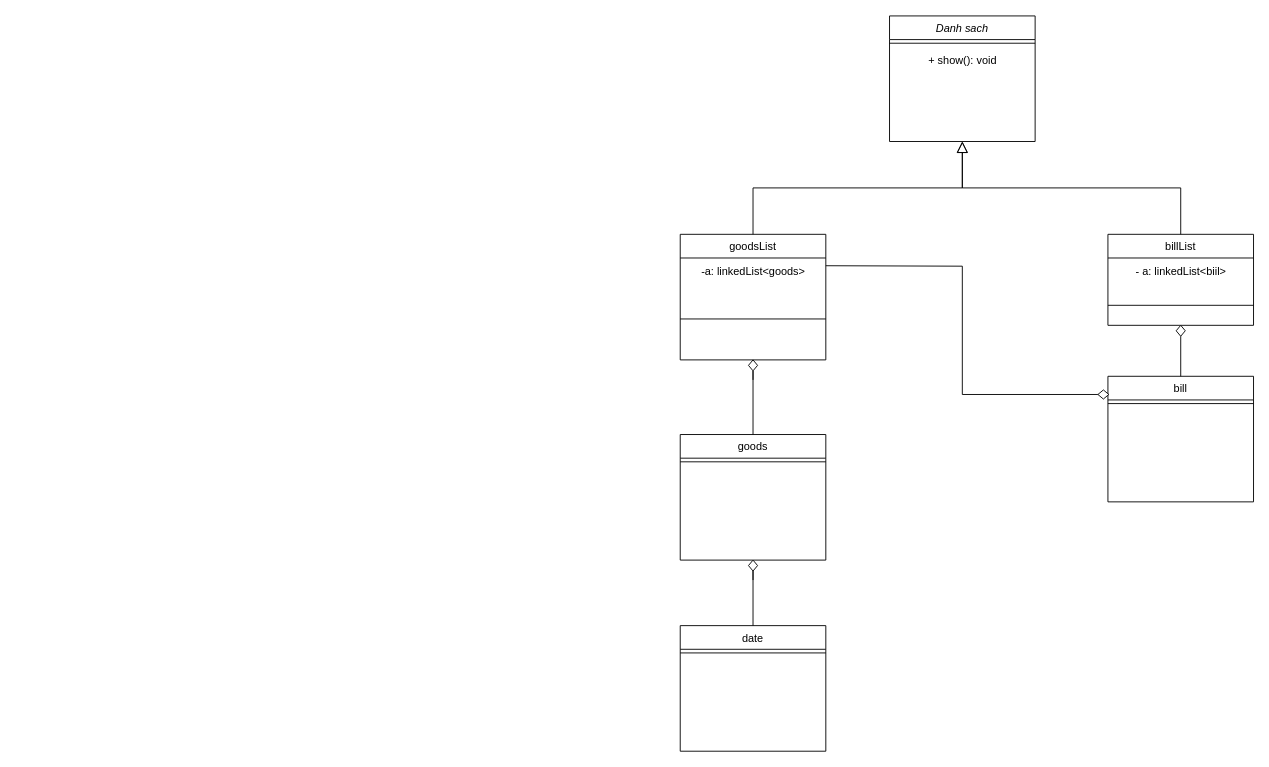
This is Untitled Diagram.drawio from wai157/pbl2, a draw.io file, before an edit. Source tidied: cells renumbered, new cells numbered last; positions are measured from the earlier drawing's top-left corner, leaving out a move shared by most shapes. Both pictures are drawn from the tidied source at 91%, with x=0, y=0 at pixel (680, 15).
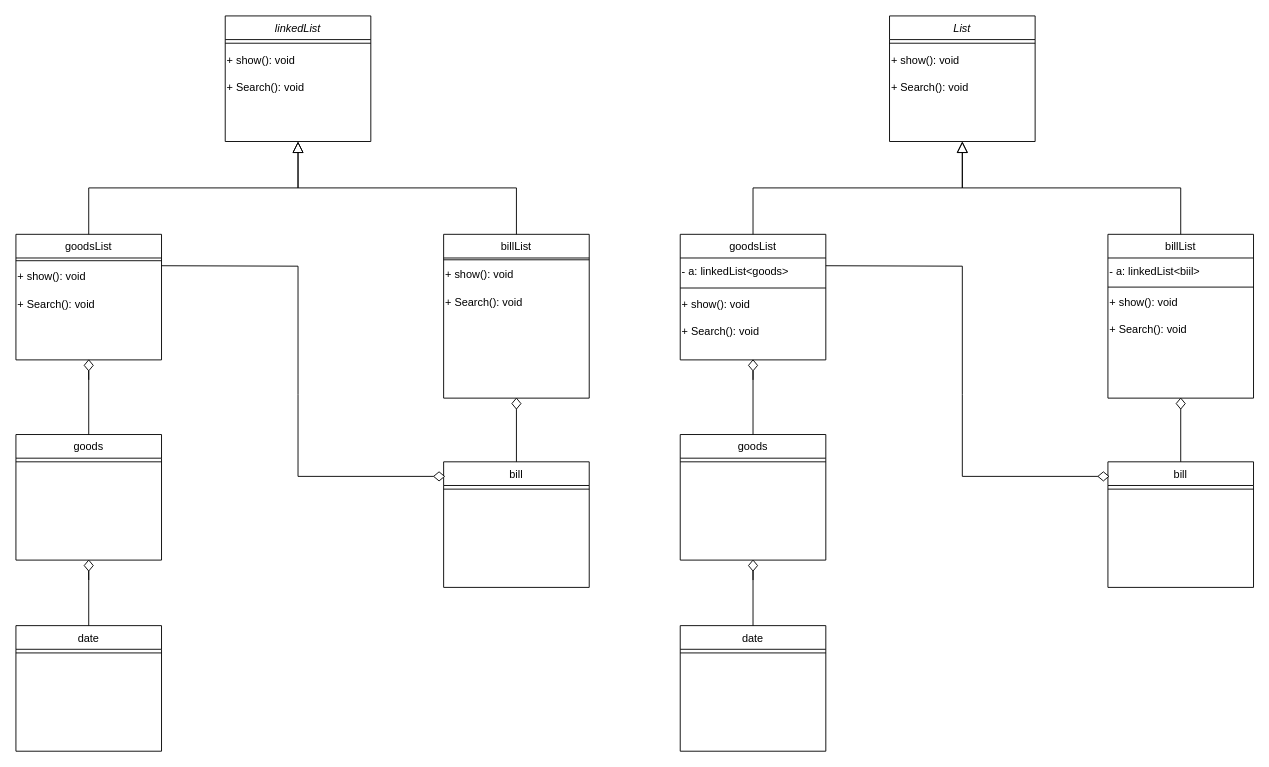
The same diagram, later.

The change refers to these unchanged cells:
```xml
<mxCell id="5" value="goodsList" style="swimlane;fontStyle=0;align=center;verticalAlign=top;horizontal=1;startSize=26;rounded=0;shadow=0;strokeWidth=1;" parent="1" vertex="1">
  <mxGeometry y="240" width="160" height="138" as="geometry" />
</mxCell>
```

The edit, as a diff of the source:
```diff
@@
-    <mxCell id="2" value="Danh sach" style="swimlane;fontStyle=2;align=center;verticalAlign=top;horizontal=1;startSize=26;rounded=0;shadow=0;strokeWidth=1;" parent="1" vertex="1">
+    <mxCell id="2" value="List" style="swimlane;fontStyle=2;align=center;verticalAlign=top;horizontal=1;startSize=26;rounded=0;shadow=0;strokeWidth=1;" parent="1" vertex="1">
       <mxGeometry x="230" width="160" height="138" as="geometry" />
     </mxCell>
@@
-    <mxCell id="4" value="+ show(): void" style="text;html=1;align=center;verticalAlign=middle;strokeColor=none;fillColor=none;" parent="2" vertex="1">
+    <mxCell id="4" value="+ show(): void" style="text;html=1;align=left;verticalAlign=middle;strokeColor=none;fillColor=none;" parent="2" vertex="1">
       <mxGeometry y="34" width="160" height="30" as="geometry" />
     </mxCell>
+    <mxCell id="27" value="+ Search(): void" style="text;html=1;align=left;verticalAlign=middle;strokeColor=none;fillColor=none;" parent="2" vertex="1">
+      <mxGeometry y="64" width="160" height="30" as="geometry" />
+    </mxCell>
@@
-    <mxCell id="6" value="-a: linkedList&amp;lt;goods&amp;gt;" style="text;html=1;align=center;verticalAlign=middle;strokeColor=none;fillColor=none;" parent="5" vertex="1">
+    <mxCell id="6" value="- a: linkedList&amp;lt;goods&amp;gt;" style="text;html=1;align=left;verticalAlign=middle;strokeColor=none;fillColor=none;" parent="5" vertex="1">
       <mxGeometry y="26" width="160" height="30" as="geometry" />
     </mxCell>
     <mxCell id="7" style="line;html=1;strokeWidth=1;align=left;verticalAlign=middle;spacingTop=-1;spacingLeft=3;spacingRight=3;labelPosition=right;" parent="5" vertex="1">
-      <mxGeometry y="56" width="160" height="74" as="geometry" />
+      <mxGeometry y="56" width="160" height="6" as="geometry" />
     </mxCell>
+    <mxCell id="28" value="+ show(): void" style="text;html=1;align=left;verticalAlign=middle;strokeColor=none;fillColor=none;" parent="5" vertex="1">
+      <mxGeometry y="62" width="160" height="30" as="geometry" />
+    </mxCell>
+    <mxCell id="29" value="+ Search(): void" style="text;html=1;align=left;verticalAlign=middle;strokeColor=none;fillColor=none;" parent="5" vertex="1">
+      <mxGeometry y="92" width="160" height="30" as="geometry" />
+    </mxCell>
@@
     <mxCell id="9" value="billList" style="swimlane;fontStyle=0;align=center;verticalAlign=top;horizontal=1;startSize=26;rounded=0;shadow=0;strokeWidth=1;" parent="1" vertex="1">
-      <mxGeometry x="470" y="240" width="160" height="100" as="geometry" />
+      <mxGeometry x="470" y="240" width="160" height="180" as="geometry" />
     </mxCell>
-    <mxCell id="10" value="- a: linkedList&amp;lt;biil&amp;gt;" style="text;html=1;align=center;verticalAlign=middle;strokeColor=none;fillColor=none;" parent="9" vertex="1">
+    <mxCell id="10" value="- a: linkedList&amp;lt;biil&amp;gt;" style="text;html=1;align=left;verticalAlign=middle;strokeColor=none;fillColor=none;" parent="9" vertex="1">
       <mxGeometry y="26" width="160" height="30" as="geometry" />
     </mxCell>
     <mxCell id="11" style="line;html=1;strokeWidth=1;align=left;verticalAlign=middle;spacingTop=-1;spacingLeft=3;spacingRight=3;labelPosition=right;" parent="9" vertex="1">
-      <mxGeometry y="56" width="160" height="44" as="geometry" />
+      <mxGeometry y="56" width="160" height="4" as="geometry" />
     </mxCell>
+    <mxCell id="30" value="+ show(): void" style="text;html=1;align=left;verticalAlign=middle;strokeColor=none;fillColor=none;" parent="9" vertex="1">
+      <mxGeometry y="60" width="160" height="30" as="geometry" />
+    </mxCell>
+    <mxCell id="31" value="+ Search(): void" style="text;html=1;align=left;verticalAlign=middle;strokeColor=none;fillColor=none;" parent="9" vertex="1">
+      <mxGeometry y="90" width="160" height="30" as="geometry" />
+    </mxCell>
@@
     <mxCell id="15" value="bill" style="swimlane;fontStyle=0;align=center;verticalAlign=top;horizontal=1;startSize=26;rounded=0;shadow=0;strokeWidth=1;" parent="1" vertex="1">
-      <mxGeometry x="470" y="396" width="160" height="138" as="geometry" />
+      <mxGeometry x="470" y="490" width="160" height="138" as="geometry" />
     </mxCell>
@@
     <mxCell id="19" style="rhombus;whiteSpace=wrap;html=1;" parent="1" vertex="1">
-      <mxGeometry x="545" y="340" width="10" height="12" as="geometry" />
+      <mxGeometry x="545" y="420" width="10" height="12" as="geometry" />
     </mxCell>
@@
     <mxCell id="21" style="rhombus;whiteSpace=wrap;html=1;rotation=-90;" parent="1" vertex="1">
-      <mxGeometry x="460" y="410" width="10" height="12" as="geometry" />
+      <mxGeometry x="460" y="500" width="10" height="12" as="geometry" />
     </mxCell>
     <mxCell id="22" style="endArrow=none;html=1;rounded=0;entryX=0.5;entryY=0;entryDx=0;entryDy=0;exitX=1;exitY=0.25;exitDx=0;exitDy=0;" parent="1" edge="1" source="5" target="21">
       <mxGeometry relative="1" as="geometry">
         <Array as="points">
           <mxPoint x="310" y="275" />
           <mxPoint x="310" y="416" />
+          <mxPoint x="310" y="506" />
         </Array>
       </mxGeometry>
     </mxCell>
@@
+    <mxCell id="32" value="linkedList" style="swimlane;fontStyle=2;align=center;verticalAlign=top;horizontal=1;startSize=26;rounded=0;shadow=0;strokeWidth=1;" parent="1" vertex="1">
+      <mxGeometry x="-500" width="160" height="138" as="geometry" />
+    </mxCell>
+    <mxCell id="33" style="line;html=1;strokeWidth=1;align=left;verticalAlign=middle;spacingTop=-1;spacingLeft=3;spacingRight=3;labelPosition=right;" parent="32" vertex="1">
+      <mxGeometry y="26" width="160" height="8" as="geometry" />
+    </mxCell>
+    <mxCell id="34" value="+ show(): void" style="text;html=1;align=left;verticalAlign=middle;strokeColor=none;fillColor=none;" parent="32" vertex="1">
+      <mxGeometry y="34" width="160" height="30" as="geometry" />
+    </mxCell>
+    <mxCell id="35" value="+ Search(): void" style="text;html=1;align=left;verticalAlign=middle;strokeColor=none;fillColor=none;" parent="32" vertex="1">
+      <mxGeometry y="64" width="160" height="30" as="geometry" />
+    </mxCell>
+    <mxCell id="36" value="goodsList" style="swimlane;fontStyle=0;align=center;verticalAlign=top;horizontal=1;startSize=26;rounded=0;shadow=0;strokeWidth=1;" parent="1" vertex="1">
+      <mxGeometry x="-730" y="240" width="160" height="138" as="geometry" />
+    </mxCell>
+    <mxCell id="37" style="line;html=1;strokeWidth=1;align=left;verticalAlign=middle;spacingTop=-1;spacingLeft=3;spacingRight=3;labelPosition=right;" parent="36" vertex="1">
+      <mxGeometry y="26" width="160" height="6" as="geometry" />
+    </mxCell>
+    <mxCell id="38" value="+ show(): void" style="text;html=1;align=left;verticalAlign=middle;strokeColor=none;fillColor=none;" parent="36" vertex="1">
+      <mxGeometry y="32" width="160" height="30" as="geometry" />
+    </mxCell>
+    <mxCell id="39" value="+ Search(): void" style="text;html=1;align=left;verticalAlign=middle;strokeColor=none;fillColor=none;" parent="36" vertex="1">
+      <mxGeometry y="62" width="160" height="30" as="geometry" />
+    </mxCell>
+    <mxCell id="40" style="endArrow=block;endSize=10;endFill=0;shadow=0;strokeWidth=1;rounded=0;edgeStyle=elbowEdgeStyle;elbow=vertical;" parent="1" edge="1" source="36" target="32">
+      <mxGeometry relative="1" as="geometry" />
+    </mxCell>
+    <mxCell id="41" value="billList" style="swimlane;fontStyle=0;align=center;verticalAlign=top;horizontal=1;startSize=26;rounded=0;shadow=0;strokeWidth=1;" parent="1" vertex="1">
+      <mxGeometry x="-260" y="240" width="160" height="180" as="geometry" />
+    </mxCell>
+    <mxCell id="42" style="line;html=1;strokeWidth=1;align=left;verticalAlign=middle;spacingTop=-1;spacingLeft=3;spacingRight=3;labelPosition=right;" parent="41" vertex="1">
+      <mxGeometry y="26" width="160" height="4" as="geometry" />
+    </mxCell>
+    <mxCell id="43" value="+ show(): void" style="text;html=1;align=left;verticalAlign=middle;strokeColor=none;fillColor=none;" parent="41" vertex="1">
+      <mxGeometry y="30" width="160" height="30" as="geometry" />
+    </mxCell>
+    <mxCell id="44" value="+ Search(): void" style="text;html=1;align=left;verticalAlign=middle;strokeColor=none;fillColor=none;" parent="41" vertex="1">
+      <mxGeometry y="60" width="160" height="30" as="geometry" />
+    </mxCell>
+    <mxCell id="45" style="endArrow=block;endSize=10;endFill=0;shadow=0;strokeWidth=1;rounded=0;edgeStyle=elbowEdgeStyle;elbow=vertical;" parent="1" edge="1" source="41" target="32">
+      <mxGeometry relative="1" as="geometry" />
+    </mxCell>
+    <mxCell id="46" value="goods" style="swimlane;fontStyle=0;align=center;verticalAlign=top;horizontal=1;startSize=26;rounded=0;shadow=0;strokeWidth=1;" parent="1" vertex="1">
+      <mxGeometry x="-730" y="460" width="160" height="138" as="geometry" />
+    </mxCell>
+    <mxCell id="47" style="line;html=1;strokeWidth=1;align=left;verticalAlign=middle;spacingTop=-1;spacingLeft=3;spacingRight=3;labelPosition=right;" parent="46" vertex="1">
+      <mxGeometry y="26" width="160" height="8" as="geometry" />
+    </mxCell>
+    <mxCell id="48" value="bill" style="swimlane;fontStyle=0;align=center;verticalAlign=top;horizontal=1;startSize=26;rounded=0;shadow=0;strokeWidth=1;" parent="1" vertex="1">
+      <mxGeometry x="-260" y="490" width="160" height="138" as="geometry" />
+    </mxCell>
+    <mxCell id="49" style="line;html=1;strokeWidth=1;align=left;verticalAlign=middle;spacingTop=-1;spacingLeft=3;spacingRight=3;labelPosition=right;" parent="48" vertex="1">
+      <mxGeometry y="26" width="160" height="8" as="geometry" />
+    </mxCell>
+    <mxCell id="50" style="rhombus;whiteSpace=wrap;html=1;" parent="1" vertex="1">
+      <mxGeometry x="-655" y="378" width="10" height="12" as="geometry" />
+    </mxCell>
+    <mxCell id="51" style="endArrow=none;html=1;rounded=0;exitX=0.5;exitY=0;exitDx=0;exitDy=0;" parent="1" edge="1" source="46">
+      <mxGeometry relative="1" as="geometry">
+        <mxPoint x="-650" y="400" as="targetPoint" />
+        <Array as="points">
+          <mxPoint x="-650" y="400" />
+          <mxPoint x="-650" y="390" />
+        </Array>
+      </mxGeometry>
+    </mxCell>
+    <mxCell id="52" style="rhombus;whiteSpace=wrap;html=1;" parent="1" vertex="1">
+      <mxGeometry x="-185" y="420" width="10" height="12" as="geometry" />
+    </mxCell>
+    <mxCell id="53" style="edgeStyle=orthogonalEdgeStyle;rounded=0;jettySize=auto;html=1;exitX=0.5;exitY=0;exitDx=0;exitDy=0;entryX=0.5;entryY=1;entryDx=0;entryDy=0;endArrow=none;" parent="1" edge="1" source="48" target="52">
+      <mxGeometry relative="1" as="geometry" />
+    </mxCell>
+    <mxCell id="54" style="rhombus;whiteSpace=wrap;html=1;rotation=-90;" parent="1" vertex="1">
+      <mxGeometry x="-270" y="500" width="10" height="12" as="geometry" />
+    </mxCell>
+    <mxCell id="55" style="endArrow=none;html=1;rounded=0;entryX=0.5;entryY=0;entryDx=0;entryDy=0;exitX=1;exitY=0.25;exitDx=0;exitDy=0;" parent="1" edge="1" source="36" target="54">
+      <mxGeometry relative="1" as="geometry">
+        <Array as="points">
+          <mxPoint x="-420" y="275" />
+          <mxPoint x="-420" y="416" />
+          <mxPoint x="-420" y="506" />
+        </Array>
+      </mxGeometry>
+    </mxCell>
+    <mxCell id="56" value="date" style="swimlane;fontStyle=0;align=center;verticalAlign=top;horizontal=1;startSize=26;rounded=0;shadow=0;strokeWidth=1;" parent="1" vertex="1">
+      <mxGeometry x="-730" y="670" width="160" height="138" as="geometry" />
+    </mxCell>
+    <mxCell id="57" style="line;html=1;strokeWidth=1;align=left;verticalAlign=middle;spacingTop=-1;spacingLeft=3;spacingRight=3;labelPosition=right;" parent="56" vertex="1">
+      <mxGeometry y="26" width="160" height="8" as="geometry" />
+    </mxCell>
+    <mxCell id="58" style="rhombus;whiteSpace=wrap;html=1;" parent="1" vertex="1">
+      <mxGeometry x="-655" y="598" width="10" height="12" as="geometry" />
+    </mxCell>
+    <mxCell id="59" style="endArrow=none;html=1;rounded=0;exitX=0.5;exitY=0;exitDx=0;exitDy=0;" parent="1" edge="1" source="56">
+      <mxGeometry relative="1" as="geometry">
+        <mxPoint x="-650" y="620" as="targetPoint" />
+        <Array as="points">
+          <mxPoint x="-650" y="620" />
+          <mxPoint x="-650" y="610" />
+        </Array>
+      </mxGeometry>
+    </mxCell>
```
